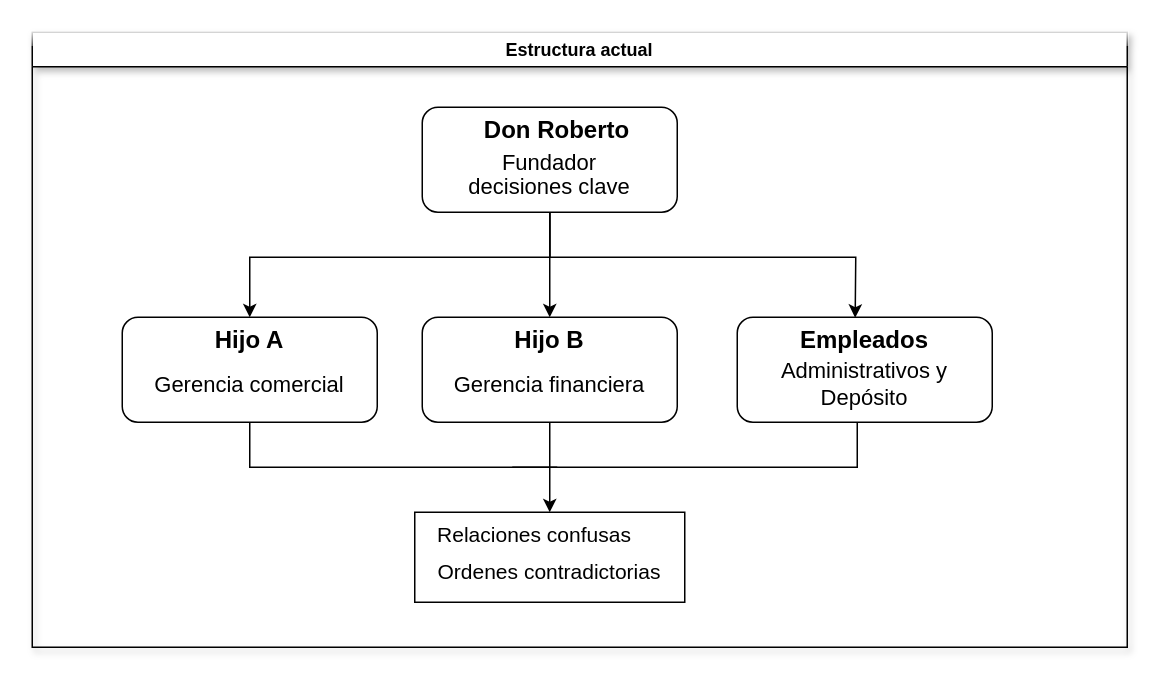
Above: TP/Organigrama actual.drawio in SergioDanielGalvan/IngenieriaSoftware-TC (draw.io), before the change. Source tidied: cells renumbered, new cells numbered last; positions are measured from the earlier drawing's top-left corner, leaving out a move shared by most shapes. Both pictures are drawn from the tidied source at 150%, with x=0, y=0 at pixel (32, 32).
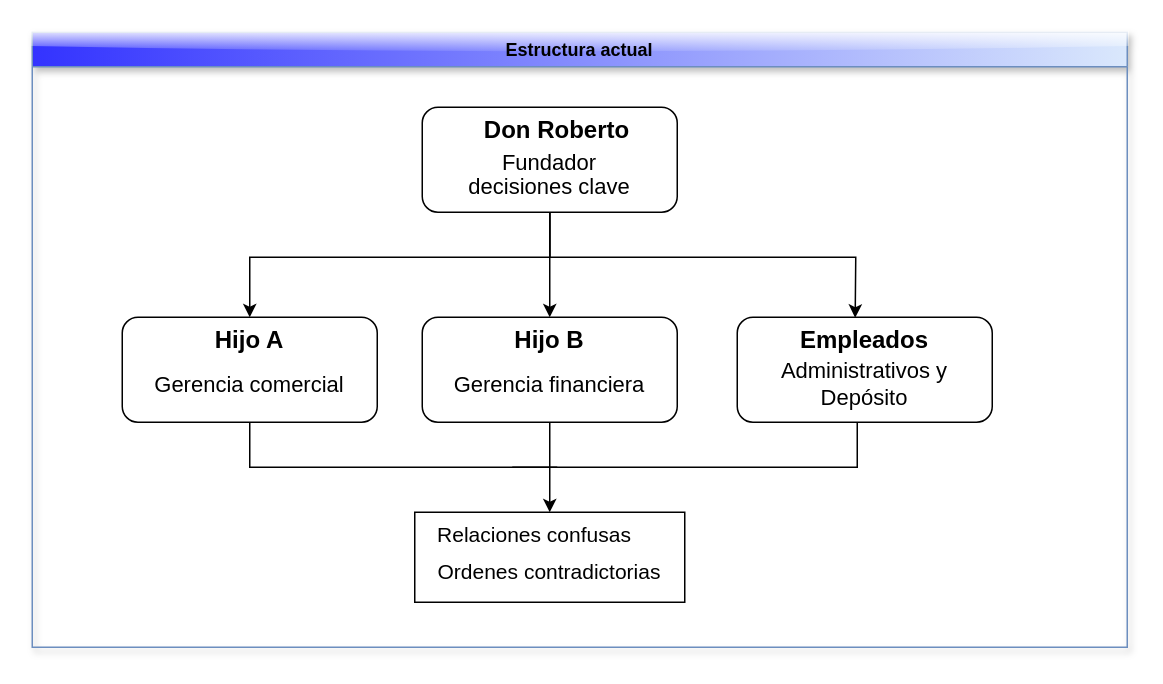
The same page after the edit.

What changed in the source:
```diff
@@
-    <mxCell id="2" value="Estructura actual" style="swimlane;whiteSpace=wrap;html=1;shadow=1;glass=1;" parent="1" vertex="1">
+    <mxCell id="2" value="Estructura actual" style="swimlane;whiteSpace=wrap;html=1;shadow=1;glass=1;fillColor=#dae8fc;strokeColor=#6c8ebf;gradientColor=#3333FF;gradientDirection=west;" parent="1" vertex="1">
       <mxGeometry width="730" height="410" as="geometry" />
     </mxCell>
```
